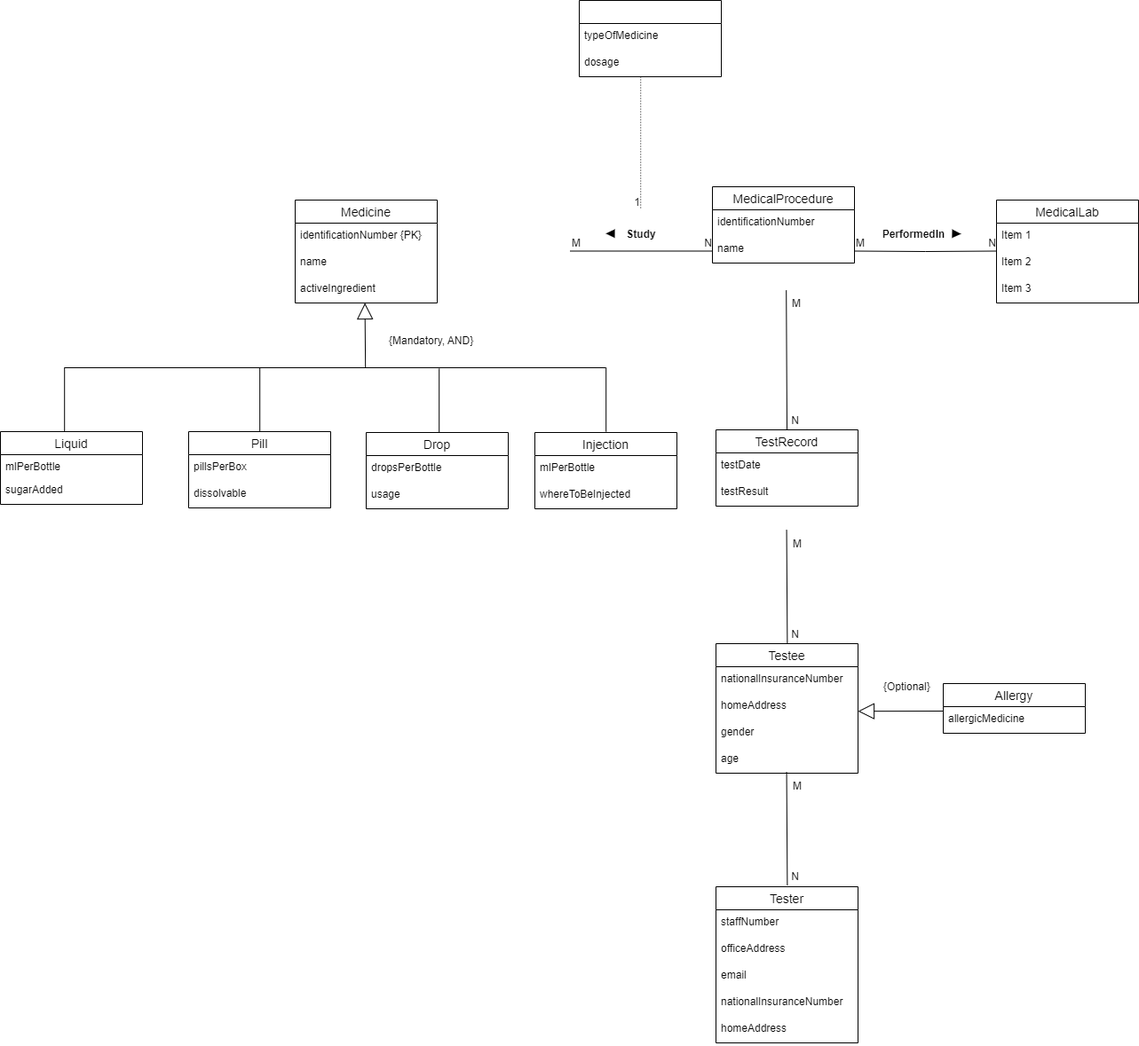
Before: AssignmentProblem1.drawio.png, a diagram exported from draw.io (mrisong/the_beggining). Source tidied: cells renumbered, new cells last; positions are measured from the earlier drawing's top-left corner, leaving out a move shared by most shapes.
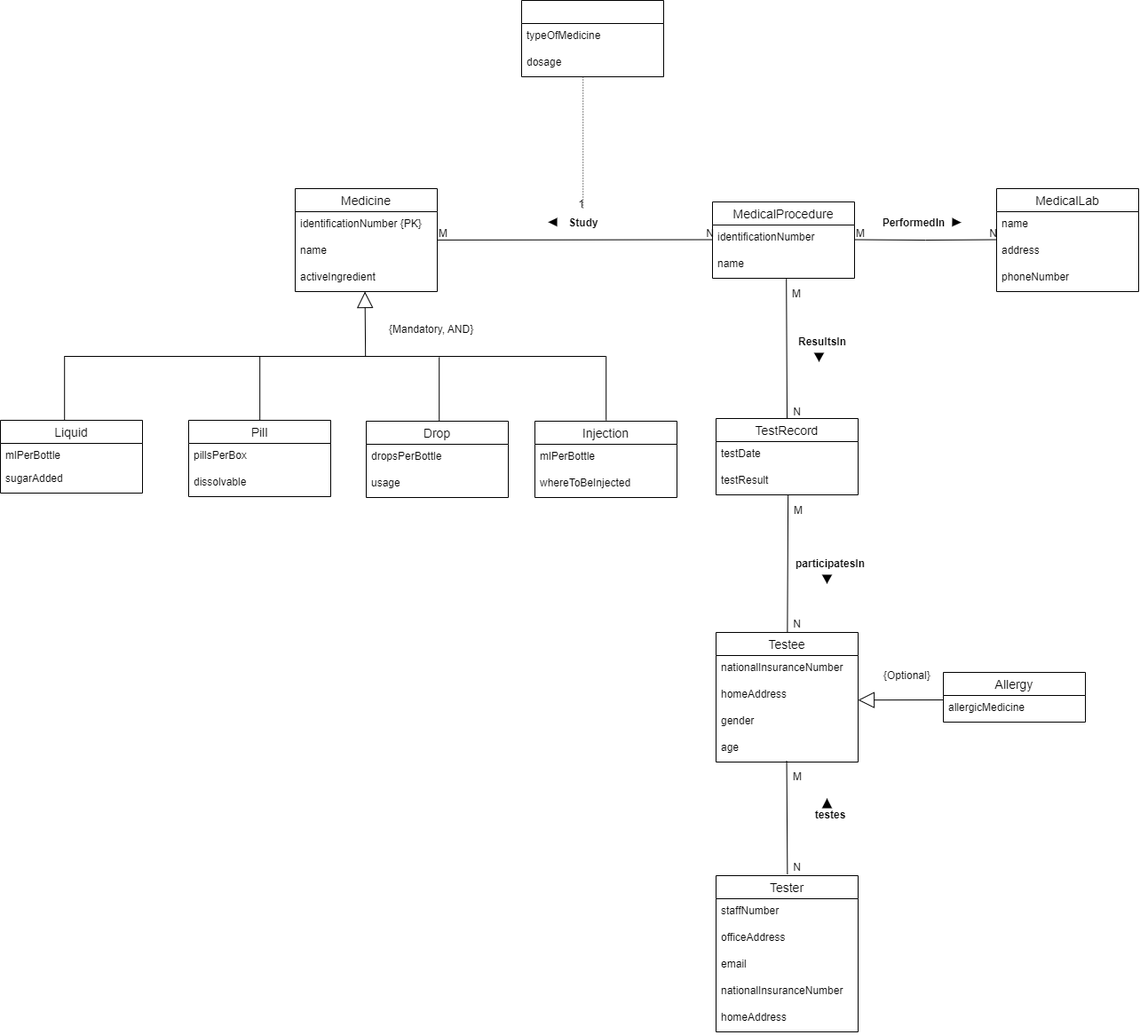
Above is the later version.

Diff of the diagram source:
```diff
@@ -3,7 +3,7 @@
     <mxCell id="0" />
     <mxCell id="1" parent="0" />
     <mxCell id="2" value="MedicalProcedure" style="swimlane;fontStyle=0;horizontal=1;startSize=26;align=center;fontSize=14;" parent="1" vertex="1">
-      <mxGeometry x="802" y="210" width="160" height="86" as="geometry" />
+      <mxGeometry x="802" y="240" width="160" height="86" as="geometry" />
     </mxCell>
     <mxCell id="3" value="identificationNumber" style="text;strokeColor=none;fillColor=none;spacingLeft=4;spacingRight=4;overflow=hidden;fontSize=12;" parent="2" vertex="1">
       <mxGeometry y="26" width="160" height="30" as="geometry" />
@@ -14,13 +14,13 @@
     <mxCell id="5" value="MedicalLab" style="swimlane;fontStyle=0;horizontal=1;startSize=26;align=center;fontSize=14;" parent="1" vertex="1">
       <mxGeometry x="1122" y="225" width="160" height="116" as="geometry" />
     </mxCell>
-    <mxCell id="6" value="Item 1" style="text;strokeColor=none;fillColor=none;spacingLeft=4;spacingRight=4;overflow=hidden;fontSize=12;" parent="5" vertex="1">
+    <mxCell id="6" value="name" style="text;strokeColor=none;fillColor=none;spacingLeft=4;spacingRight=4;overflow=hidden;fontSize=12;" parent="5" vertex="1">
       <mxGeometry y="26" width="160" height="30" as="geometry" />
     </mxCell>
-    <mxCell id="7" value="Item 2" style="text;strokeColor=none;fillColor=none;spacingLeft=4;spacingRight=4;overflow=hidden;fontSize=12;" parent="5" vertex="1">
+    <mxCell id="7" value="address" style="text;strokeColor=none;fillColor=none;spacingLeft=4;spacingRight=4;overflow=hidden;fontSize=12;" parent="5" vertex="1">
       <mxGeometry y="56" width="160" height="30" as="geometry" />
     </mxCell>
-    <mxCell id="8" value="Item 3" style="text;strokeColor=none;fillColor=none;spacingLeft=4;spacingRight=4;overflow=hidden;fontSize=12;" parent="5" vertex="1">
+    <mxCell id="8" value="phoneNumber" style="text;strokeColor=none;fillColor=none;spacingLeft=4;spacingRight=4;overflow=hidden;fontSize=12;" parent="5" vertex="1">
       <mxGeometry y="86" width="160" height="30" as="geometry" />
     </mxCell>
     <mxCell id="9" value="Medicine" style="swimlane;fontStyle=0;horizontal=1;startSize=26;align=center;fontSize=14;" parent="1" vertex="1">
@@ -77,10 +77,9 @@
     <mxCell id="26" value="homeAddress" style="text;strokeColor=none;fillColor=none;spacingLeft=4;spacingRight=4;overflow=hidden;fontSize=12;" parent="21" vertex="1">
       <mxGeometry y="146" width="160" height="30" as="geometry" />
     </mxCell>
-    <mxCell id="27" style="endArrow=none;html=1;rounded=0;" parent="1" edge="1">
+    <mxCell id="27" style="endArrow=none;html=1;rounded=0;exitX=1.001;exitY=0.063;exitDx=0;exitDy=0;exitPerimeter=0;" parent="1" edge="1" source="11">
       <mxGeometry relative="1" as="geometry">
-        <mxPoint x="642" y="282.5" as="sourcePoint" />
-        <mxPoint x="802" y="282.5" as="targetPoint" />
+        <mxPoint x="801" y="282.5" as="targetPoint" />
       </mxGeometry>
     </mxCell>
     <mxCell id="28" value="M" style="html=1;align=left;verticalAlign=bottom;" parent="27" vertex="1">
@@ -119,9 +118,8 @@
         <mxPoint x="14" y="-1" as="offset" />
       </mxGeometry>
     </mxCell>
-    <mxCell id="36" style="endArrow=none;html=1;rounded=0;entryX=0.5;entryY=0;entryDx=0;entryDy=0;exitX=0.52;exitY=1.026;exitDx=0;exitDy=0;exitPerimeter=0;" parent="1" edge="1">
+    <mxCell id="36" style="endArrow=none;html=1;rounded=0;entryX=0.5;entryY=0;entryDx=0;entryDy=0;exitX=0.507;exitY=1.018;exitDx=0;exitDy=0;exitPerimeter=0;" parent="1" edge="1" source="15">
       <mxGeometry relative="1" as="geometry">
-        <mxPoint x="885.6" y="597" as="sourcePoint" />
         <mxPoint x="886.4" y="724.2" as="targetPoint" />
       </mxGeometry>
     </mxCell>
@@ -153,19 +151,19 @@
     </mxCell>
     <mxCell id="42" style="endArrow=none;html=1;rounded=0;dashed=1;dashPattern=1 2;" parent="1" edge="1">
       <mxGeometry relative="1" as="geometry">
-        <mxPoint x="721.2" y="86" as="sourcePoint" />
-        <mxPoint x="721.2" y="236" as="targetPoint" />
+        <mxPoint x="656.2" y="99" as="sourcePoint" />
+        <mxPoint x="656.2" y="249" as="targetPoint" />
       </mxGeometry>
     </mxCell>
     <mxCell id="43" value="1" style="html=1;align=right;verticalAlign=bottom;" parent="42" vertex="1">
       <mxGeometry x="1" relative="1" as="geometry" />
     </mxCell>
     <mxCell id="44" value="Study" style="text;align=center;fontStyle=1;verticalAlign=middle;spacingLeft=3;spacingRight=3;strokeColor=none;points=[[0,0.5],[1,0.5]];portConstraint=eastwest;" parent="1" vertex="1">
-      <mxGeometry x="682" y="250" width="80" height="26" as="geometry" />
+      <mxGeometry x="617" y="250" width="80" height="26" as="geometry" />
     </mxCell>
     <mxCell id="45" style="shape=mxgraph.arrows2.wedgeArrow;html=1;startWidth=4.800000000000001;fillColor=strokeColor;defaultFillColor=invert;defaultGradientColor=invert;rounded=0;strokeWidth=0;startSize=0;endSize=0;" parent="1" edge="1" target="44">
       <mxGeometry relative="1" as="geometry">
-        <mxPoint x="692" y="262.8" as="sourcePoint" />
+        <mxPoint x="627" y="262.8" as="sourcePoint" />
       </mxGeometry>
     </mxCell>
     <mxCell id="46" value="PerformedIn" style="text;align=center;fontStyle=1;verticalAlign=middle;spacingLeft=3;spacingRight=3;strokeColor=none;" parent="1" vertex="1">
@@ -249,7 +247,7 @@
       <mxGeometry x="432" y="370" width="120" height="30" as="geometry" />
     </mxCell>
     <mxCell id="71" style="swimlane;fontStyle=0;horizontal=1;startSize=26;align=center;fontSize=14;" parent="1" vertex="1">
-      <mxGeometry x="652" width="160" height="86" as="geometry" />
+      <mxGeometry x="587" y="13" width="160" height="86" as="geometry" />
     </mxCell>
     <mxCell id="72" value="typeOfMedicine" style="text;strokeColor=none;fillColor=none;spacingLeft=4;spacingRight=4;overflow=hidden;fontSize=12;" parent="71" vertex="1">
       <mxGeometry y="26" width="160" height="30" as="geometry" />
@@ -272,5 +270,36 @@
     <mxCell id="77" value="allergicMedicine" style="text;strokeColor=none;fillColor=none;spacingLeft=4;spacingRight=4;overflow=hidden;fontSize=12;" parent="76" vertex="1">
       <mxGeometry y="26" width="160" height="30" as="geometry" />
     </mxCell>
+    <mxCell id="78" value="ResultsIn" style="text;align=center;fontStyle=1;verticalAlign=middle;spacingLeft=3;spacingRight=3;strokeColor=none;points=[[0,0.5],[1,0.5]];portConstraint=eastwest;" parent="1" vertex="1">
+      <mxGeometry x="886" y="384" width="80" height="26" as="geometry" />
+    </mxCell>
+    <mxCell id="79" style="shape=mxgraph.arrows2.wedgeArrow;html=1;startWidth=5.633802816901408;fillColor=strokeColor;defaultFillColor=invert;defaultGradientColor=invert;rounded=0;strokeWidth=0;startSize=0;endSize=0;exitX=0.45;exitY=1;exitDx=0;exitDy=0;exitPerimeter=0;" parent="1" edge="1" source="78">
+      <mxGeometry relative="1" as="geometry">
+        <mxPoint x="922" y="420" as="targetPoint" />
+      </mxGeometry>
+    </mxCell>
+    <mxCell id="80" value="participatesIn" style="text;align=center;fontStyle=1;verticalAlign=middle;spacingLeft=3;spacingRight=3;strokeColor=none;points=[[0,0.5],[1,0.5]];portConstraint=eastwest;" parent="1" vertex="1">
+      <mxGeometry x="895" y="634" width="80" height="26" as="geometry" />
+    </mxCell>
+    <mxCell id="81" style="shape=mxgraph.arrows2.wedgeArrow;html=1;startWidth=5.633802816901408;fillColor=strokeColor;defaultFillColor=invert;defaultGradientColor=invert;rounded=0;strokeWidth=0;startSize=0;endSize=0;exitX=0.45;exitY=1;exitDx=0;exitDy=0;exitPerimeter=0;" parent="1" edge="1" source="80">
+      <mxGeometry relative="1" as="geometry">
+        <mxPoint x="931" y="670" as="targetPoint" />
+      </mxGeometry>
+    </mxCell>
+    <mxCell id="82" value="testes" style="text;align=center;fontStyle=1;verticalAlign=middle;spacingLeft=3;spacingRight=3;strokeColor=none;" parent="1" vertex="1">
+      <mxGeometry x="895" y="917" width="80" height="26" as="geometry" />
+    </mxCell>
+    <mxCell id="83" style="shape=mxgraph.arrows2.wedgeArrow;html=1;startWidth=5.633802816901408;fillColor=strokeColor;defaultFillColor=invert;defaultGradientColor=invert;rounded=0;strokeWidth=0;startSize=0;endSize=0;" parent="1" edge="1">
+      <mxGeometry relative="1" as="geometry">
+        <mxPoint x="931" y="923" as="sourcePoint" />
+        <mxPoint x="931" y="912" as="targetPoint" />
+        <Array as="points">
+          <mxPoint x="962" y="933" />
+          <mxPoint x="931" y="883" />
+          <mxPoint x="942" y="943" />
+          <mxPoint x="932" y="883" />
+        </Array>
+      </mxGeometry>
+    </mxCell>
   </root>
 </mxGraphModel>
```
